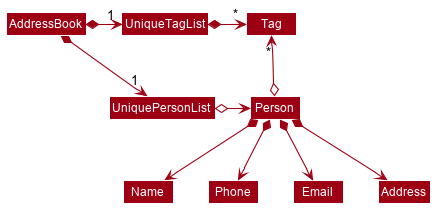
Above: images/BetterModelClassDiagram.png in AY1920S1-CS2103T-W12-1/main (PlantUML), before the change. Source of this version:
```plantuml
@startuml








skinparam BackgroundColor #FFFFFFF

skinparam Shadowing false

skinparam Class {
    FontColor #FFFFFF
    BorderThickness 1
    BorderColor #FFFFFF
    StereotypeFontColor #FFFFFF
    FontName Arial
}

skinparam Actor {
    BorderColor #000000
    Color #000000
    FontName Arial
}

skinparam Sequence {
    MessageAlign center
    BoxFontSize 15
    BoxPadding 0
    BoxFontColor #FFFFFF
    FontName Arial
}

skinparam Participant {
    FontColor #FFFFFFF
    Padding 20
}

skinparam MinClassWidth 50
skinparam ParticipantPadding 10
skinparam Shadowing false
skinparam DefaultTextAlignment center
skinparam packageStyle Rectangle

hide footbox
hide members
hide circle
skinparam arrowThickness 1.1
skinparam arrowColor #9D0012
skinparam classBackgroundColor #9D0012

AddressBook *-right-> "1" UniquePersonList
AddressBook *-right-> "1" UniqueTagList
UniqueTagList -[hidden]down- UniquePersonList
UniqueTagList -[hidden]down- UniquePersonList

UniqueTagList *-right-> "*" Tag
UniquePersonList o-right-> Person

Person o-up-> "*" Tag

Person *--> Name
Person *--> Phone
Person *--> Email
Person *--> Address
@enduml
```
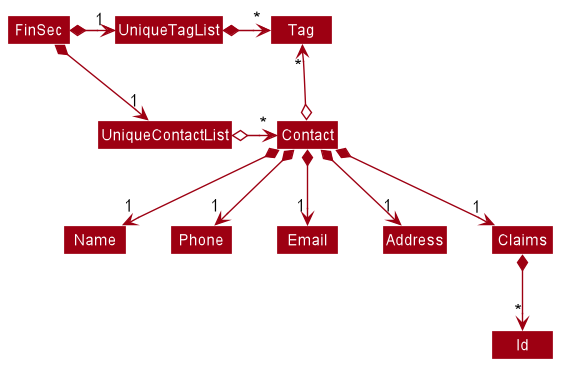
After the change.

What changed in the source:
```diff
@@ -51,18 +51,20 @@
 skinparam arrowColor #9D0012
 skinparam classBackgroundColor #9D0012
 
-AddressBook *-right-> "1" UniquePersonList
-AddressBook *-right-> "1" UniqueTagList
-UniqueTagList -[hidden]down- UniquePersonList
-UniqueTagList -[hidden]down- UniquePersonList
+FinSec *-right-> "1" UniqueContactList
+FinSec *-right-> "1" UniqueTagList
+UniqueTagList -[hidden]down- UniqueContactList
+UniqueTagList -[hidden]down- UniqueContactList
 
 UniqueTagList *-right-> "*" Tag
-UniquePersonList o-right-> Person
+UniqueContactList o-right-> "*" Contact
 
-Person o-up-> "*" Tag
+Contact o-up-> "*" Tag
 
-Person *--> Name
-Person *--> Phone
-Person *--> Email
-Person *--> Address
+Contact *--> "1" Name
+Contact *--> "1" Phone
+Contact *--> "1" Email
+Contact *--> "1" Address
+Contact *--> "1" Claims
+Claims *--> "*" Id
 @enduml
```
